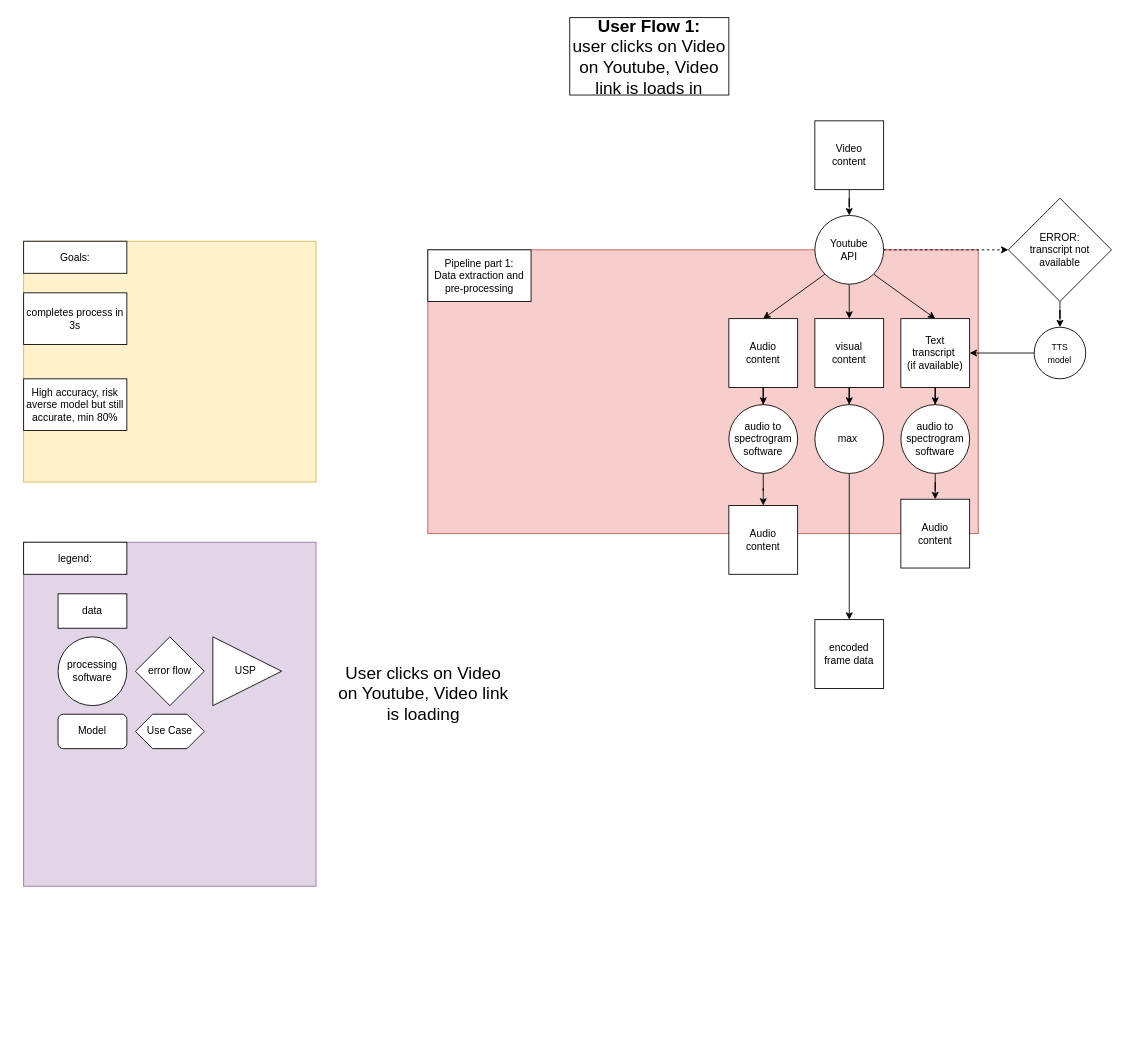
dlweek-thing/Brainrot_Filter keeps this draw.io diagram as Untitled Diagram.drawio. Above is the earlier version. Source tidied: cells renumbered, new cells numbered last; positions are measured from the earlier drawing's top-left corner, leaving out a move shared by most shapes. Both pictures are drawn from the tidied source at 86%, with x=0, y=0 at pixel (23, 17).
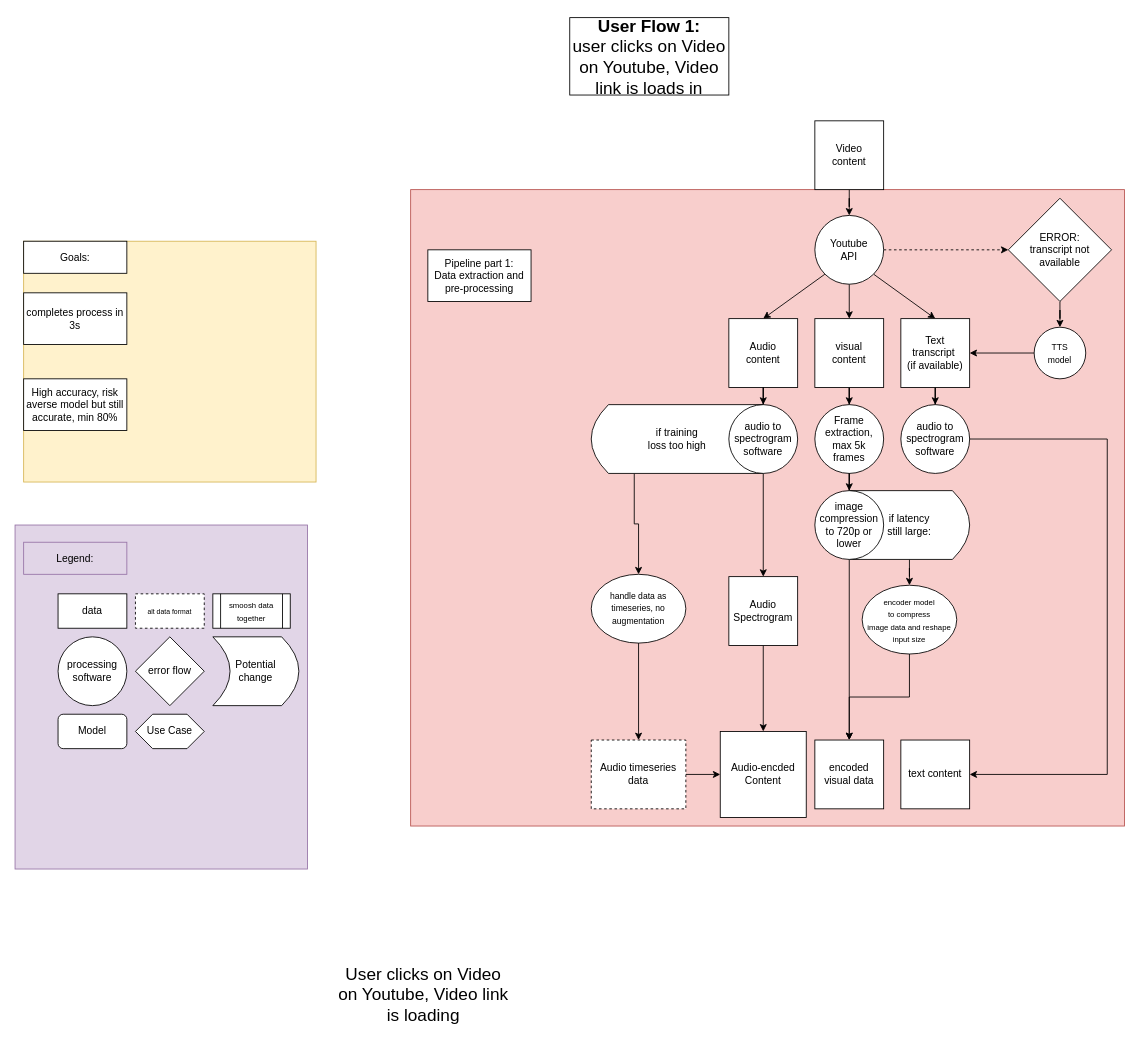
Above is the later version.

Commit message:
finished pre-processing

Unchanged cells that the change refers to:
```xml
<mxCell id="32" value="audio to spectrogram software" style="ellipse;whiteSpace=wrap;html=1;" parent="1" vertex="1">
  <mxGeometry x="1020" y="450" width="80" height="80" as="geometry" />
</mxCell>
```

Diff of the diagram source:
```diff
@@
     <mxCell id="2" style="rounded=0;whiteSpace=wrap;html=1;fillColor=#e1d5e7;strokeColor=#9673a6;" parent="1" vertex="1">
-      <mxGeometry y="610" width="340" height="400" as="geometry" />
+      <mxGeometry x="-10" y="590" width="340" height="400" as="geometry" />
     </mxCell>
-    <mxCell id="3" value="legend:" style="rounded=0;whiteSpace=wrap;html=1;" parent="1" vertex="1">
+    <mxCell id="3" value="Legend:" style="rounded=0;whiteSpace=wrap;html=1;strokeColor=#9673a6;fillColor=#e1d5e7;" parent="1" vertex="1">
       <mxGeometry y="610" width="120" height="37.3" as="geometry" />
     </mxCell>
     <mxCell id="4" style="rounded=0;whiteSpace=wrap;html=1;fillColor=#f8cecc;strokeColor=#b85450;" parent="1" vertex="1">
-      <mxGeometry x="470" y="270" width="640" height="330" as="geometry" />
+      <mxGeometry x="450" y="200" width="830" height="740" as="geometry" />
     </mxCell>
@@
     <mxCell id="16" value="&lt;font style=&quot;font-size: 20px;&quot;&gt;User clicks on Video on Youtube, Video link is loading&lt;/font&gt;" style="text;html=1;align=center;verticalAlign=middle;whiteSpace=wrap;rounded=0;" parent="1" vertex="1">
-      <mxGeometry x="360" y="740" width="210" height="90" as="geometry" />
+      <mxGeometry x="360" y="1090" width="210" height="90" as="geometry" />
     </mxCell>
@@
+    <mxCell id="44" style="edgeStyle=orthogonalEdgeStyle;rounded=0;jettySize=auto;html=1;" parent="1" edge="1" source="24" target="58">
+      <mxGeometry relative="1" as="geometry" />
+    </mxCell>
-    <mxCell id="24" value="Audio&lt;br&gt;content" style="whiteSpace=wrap;html=1;" parent="1" vertex="1">
-      <mxGeometry x="820" y="567.3" width="80" height="80" as="geometry" />
+    <mxCell id="24" value="Audio Spectrogram" style="whiteSpace=wrap;html=1;" parent="1" vertex="1">
+      <mxGeometry x="820" y="650" width="80" height="80" as="geometry" />
     </mxCell>
@@
-    <mxCell id="26" value="audio to spectrogram software" style="ellipse;whiteSpace=wrap;html=1;" parent="1" vertex="1">
-      <mxGeometry x="820" y="450" width="80" height="80" as="geometry" />
-    </mxCell>
-    <mxCell id="27" style="edgeStyle=orthogonalEdgeStyle;rounded=0;jettySize=auto;html=1;" parent="1" edge="1" source="29" target="28">
+    <mxCell id="27" style="edgeStyle=orthogonalEdgeStyle;rounded=0;jettySize=auto;html=1;" parent="1" edge="1" source="49" target="28">
       <mxGeometry relative="1" as="geometry" />
     </mxCell>
-    <mxCell id="28" value="encoded frame data" style="whiteSpace=wrap;html=1;" parent="1" vertex="1">
-      <mxGeometry x="920" y="700" width="80" height="80" as="geometry" />
+    <mxCell id="28" value="encoded visual data" style="whiteSpace=wrap;html=1;" parent="1" vertex="1">
+      <mxGeometry x="920" y="840" width="80" height="80" as="geometry" />
     </mxCell>
-    <mxCell id="29" value="max&amp;nbsp;" style="ellipse;whiteSpace=wrap;html=1;" parent="1" vertex="1">
+    <mxCell id="29" value="Frame extraction, max 5k frames" style="ellipse;whiteSpace=wrap;html=1;" parent="1" vertex="1">
       <mxGeometry x="920" y="450" width="80" height="80" as="geometry" />
     </mxCell>
     <mxCell id="30" style="edgeStyle=orthogonalEdgeStyle;rounded=0;jettySize=auto;html=1;" parent="1" edge="1" source="32" target="31">
-      <mxGeometry relative="1" as="geometry" />
+      <mxGeometry relative="1" as="geometry">
+        <Array as="points">
+          <mxPoint x="1260" y="490" />
+          <mxPoint x="1260" y="880" />
+        </Array>
+      </mxGeometry>
     </mxCell>
-    <mxCell id="31" value="Audio&lt;br&gt;content" style="whiteSpace=wrap;html=1;" parent="1" vertex="1">
-      <mxGeometry x="1020" y="560" width="80" height="80" as="geometry" />
+    <mxCell id="31" value="text content" style="whiteSpace=wrap;html=1;" parent="1" vertex="1">
+      <mxGeometry x="1020" y="840" width="80" height="80" as="geometry" />
     </mxCell>
@@
-    <mxCell id="42" value="USP&amp;nbsp;" style="triangle;whiteSpace=wrap;html=1;" parent="1" vertex="1">
-      <mxGeometry x="220" y="720" width="80" height="80" as="geometry" />
-    </mxCell>
@@
+    <mxCell id="45" style="edgeStyle=orthogonalEdgeStyle;rounded=0;jettySize=auto;html=1;" parent="1" edge="1" source="29" target="49">
+      <mxGeometry relative="1" as="geometry" />
+    </mxCell>
+    <mxCell id="46" style="edgeStyle=orthogonalEdgeStyle;rounded=0;jettySize=auto;html=1;" parent="1" edge="1" source="47" target="51">
+      <mxGeometry relative="1" as="geometry" />
+    </mxCell>
+    <mxCell id="47" value="if latency &lt;br&gt;still large:" style="shape=dataStorage;whiteSpace=wrap;html=1;fixedSize=1;rotation=0;flipH=1;" parent="1" vertex="1">
+      <mxGeometry x="960" y="550" width="140" height="80" as="geometry" />
+    </mxCell>
+    <mxCell id="48" value="Potential &lt;br&gt;change" style="shape=dataStorage;whiteSpace=wrap;html=1;fixedSize=1;rotation=0;flipH=1;" parent="1" vertex="1">
+      <mxGeometry x="220" y="720" width="100" height="80" as="geometry" />
+    </mxCell>
+    <mxCell id="49" value="image compression to 720p or lower" style="ellipse;whiteSpace=wrap;html=1;" parent="1" vertex="1">
+      <mxGeometry x="920" y="550" width="80" height="80" as="geometry" />
+    </mxCell>
+    <mxCell id="50" style="edgeStyle=orthogonalEdgeStyle;rounded=0;jettySize=auto;html=1;entryX=0.5;entryY=0;entryDx=0;entryDy=0;" parent="1" edge="1" source="51" target="28">
+      <mxGeometry relative="1" as="geometry" />
+    </mxCell>
+    <mxCell id="51" value="&lt;font style=&quot;font-size: 9px;&quot;&gt;encoder model &lt;br&gt;to compress &lt;br&gt;image data and reshape input size&lt;/font&gt;" style="ellipse;whiteSpace=wrap;html=1;" parent="1" vertex="1">
+      <mxGeometry x="975" y="660" width="110" height="80" as="geometry" />
+    </mxCell>
+    <mxCell id="52" style="edgeStyle=orthogonalEdgeStyle;rounded=0;jettySize=auto;html=1;" parent="1" edge="1" source="53" target="58">
+      <mxGeometry relative="1" as="geometry" />
+    </mxCell>
+    <mxCell id="53" value="Audio timeseries data" style="rounded=0;whiteSpace=wrap;html=1;dashed=1;" parent="1" vertex="1">
+      <mxGeometry x="660" y="840" width="110" height="80" as="geometry" />
+    </mxCell>
+    <mxCell id="54" style="edgeStyle=orthogonalEdgeStyle;rounded=0;jettySize=auto;html=1;exitX=0.25;exitY=1;exitDx=0;exitDy=0;" parent="1" edge="1" source="55" target="57">
+      <mxGeometry relative="1" as="geometry" />
+    </mxCell>
+    <mxCell id="55" value="if training &lt;br&gt;loss too high" style="shape=dataStorage;whiteSpace=wrap;html=1;fixedSize=1;rotation=0;flipH=0;" parent="1" vertex="1">
+      <mxGeometry x="660" y="450" width="200" height="80" as="geometry" />
+    </mxCell>
+    <mxCell id="56" style="edgeStyle=orthogonalEdgeStyle;rounded=0;jettySize=auto;html=1;" parent="1" edge="1" source="57" target="53">
+      <mxGeometry relative="1" as="geometry" />
+    </mxCell>
+    <mxCell id="57" value="&lt;font size=&quot;1&quot;&gt;handle data as timeseries, no augmentation&lt;/font&gt;" style="ellipse;whiteSpace=wrap;html=1;" parent="1" vertex="1">
+      <mxGeometry x="660" y="647.3" width="110" height="80" as="geometry" />
+    </mxCell>
+    <mxCell id="26" value="audio to spectrogram software" style="ellipse;whiteSpace=wrap;html=1;" parent="1" vertex="1">
+      <mxGeometry x="820" y="450" width="80" height="80" as="geometry" />
+    </mxCell>
+    <mxCell id="58" value="Audio-encded&lt;br&gt;Content" style="whiteSpace=wrap;html=1;" parent="1" vertex="1">
+      <mxGeometry x="810" y="830" width="100" height="100" as="geometry" />
+    </mxCell>
+    <mxCell id="59" value="&lt;font style=&quot;font-size: 8px;&quot;&gt;alt data format&lt;/font&gt;" style="rounded=0;whiteSpace=wrap;html=1;dashed=1;" parent="1" vertex="1">
+      <mxGeometry x="130" y="670" width="80" height="40" as="geometry" />
+    </mxCell>
+    <mxCell id="60" value="&lt;font style=&quot;font-size: 9px;&quot;&gt;smoosh data together&lt;/font&gt;" style="shape=process;whiteSpace=wrap;html=1;backgroundOutline=1;" parent="1" vertex="1">
+      <mxGeometry x="220" y="670" width="90" height="40" as="geometry" />
+    </mxCell>
```
